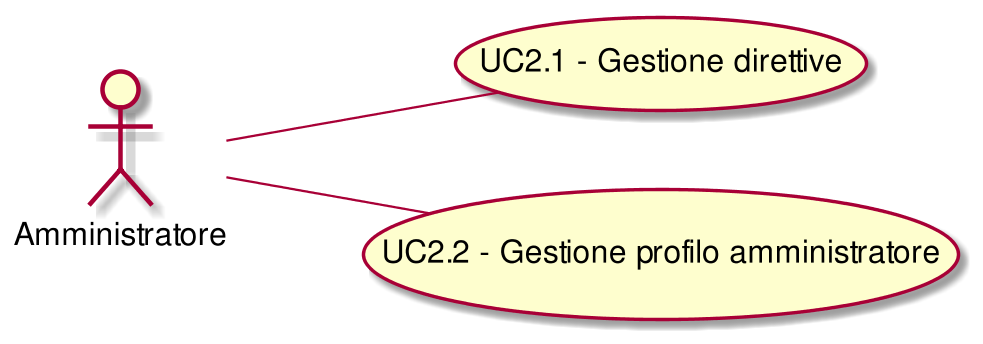
Earlier version of the PlantUML export RR/Esterni/AnalisiDeiRequisiti/images/UseCaseUC2.png (CoCodeSWE/Docs). The source it was exported from:
```plantuml
@startuml
scale 1000*1000
left to right direction
( UC2.1 - Gestione direttive ) as (UC2.1)
:Amministratore:--(UC2.1)
( UC2.2 - Gestione profilo amministratore ) as (UC2.2)
:Amministratore:--(UC2.2)
@enduml
```
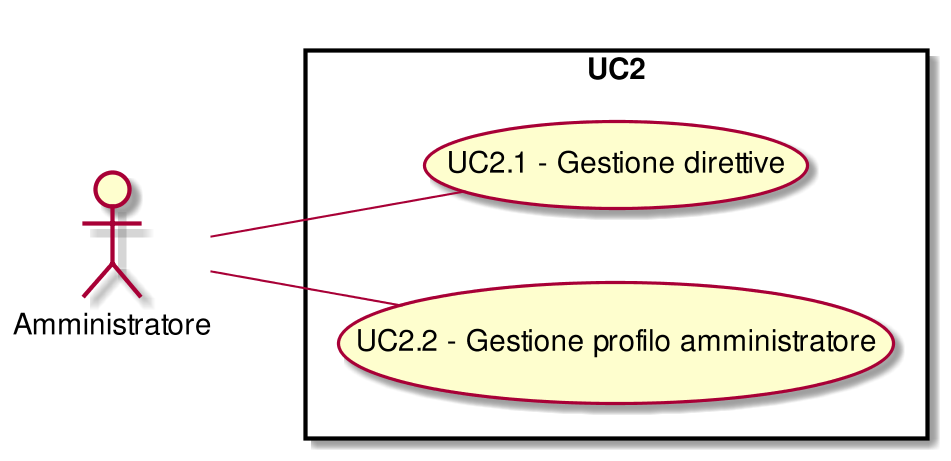
The same diagram one commit later.

Change to the diagram source:
```diff
@@ -1,8 +1,12 @@
 @startuml
 scale 1000*1000
 left to right direction
+skinparam packageStyle rect
+:Amministratore:
+rectangle UC2{
 ( UC2.1 - Gestione direttive ) as (UC2.1)
 :Amministratore:--(UC2.1)
 ( UC2.2 - Gestione profilo amministratore ) as (UC2.2)
 :Amministratore:--(UC2.2)
+}
 @enduml
```
